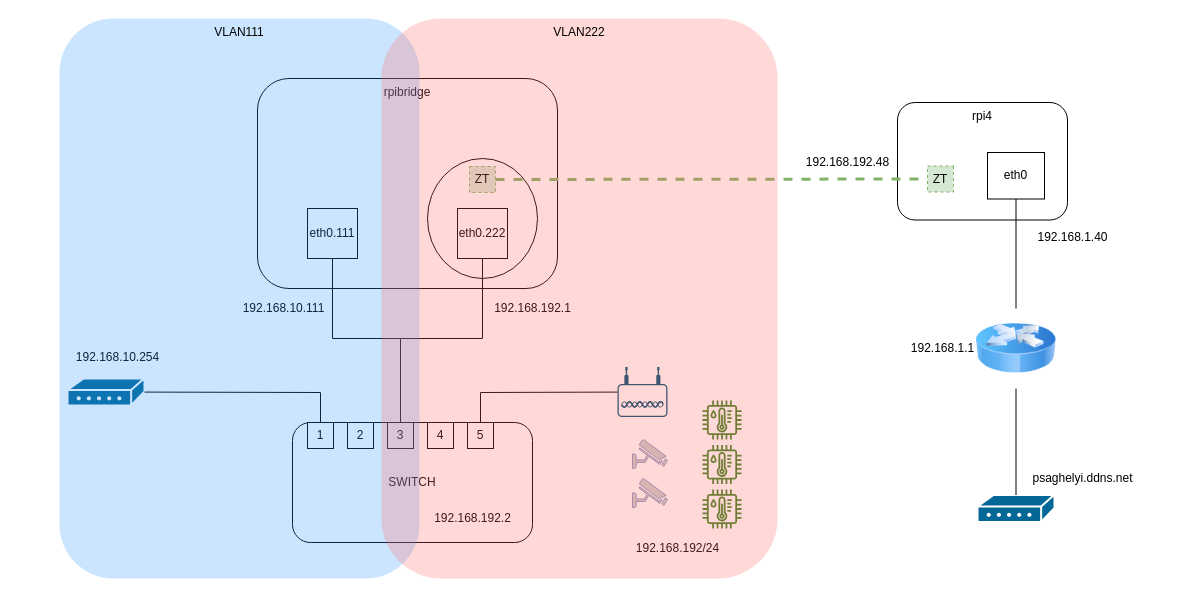
The draw.io diagram rpibridge/smartcottage-network.drawio in psaghelyi/smartcottage, before the edit. Source tidied: cells renumbered, new cells numbered last; positions are measured from the earlier drawing's top-left corner, leaving out a move shared by most shapes. Both pictures are drawn from the tidied source at 100%, with x=0, y=0 at pixel (59, 18).
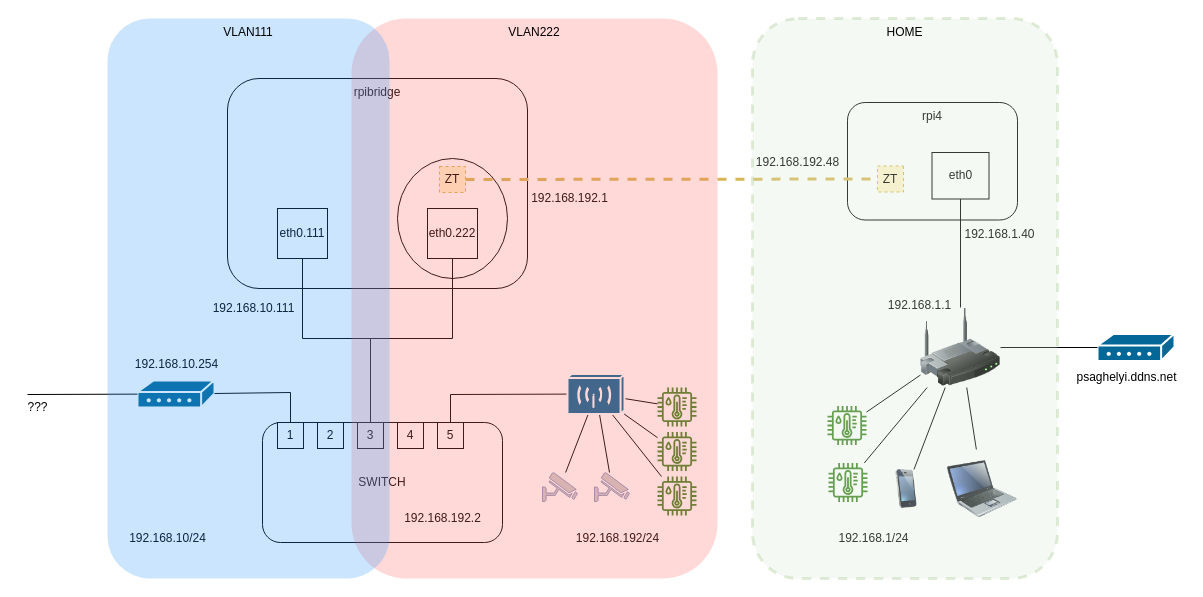
Above is the later version.

Commit message (it also covers changes not shown here):
network diagram updated

Change to the diagram source:
```diff
@@
     <mxCell id="2" value="SWITCH" style="rounded=1;whiteSpace=wrap;html=1;" parent="1" vertex="1">
-      <mxGeometry x="233" y="404" width="240" height="120" as="geometry" />
+      <mxGeometry x="203" y="404" width="240" height="120" as="geometry" />
     </mxCell>
     <mxCell id="3" value="1" style="whiteSpace=wrap;html=1;" parent="1" vertex="1">
-      <mxGeometry x="248" y="404" width="26" height="26" as="geometry" />
+      <mxGeometry x="218" y="404" width="26" height="26" as="geometry" />
     </mxCell>
     <mxCell id="4" value="2" style="whiteSpace=wrap;html=1;" parent="1" vertex="1">
-      <mxGeometry x="288" y="404" width="26" height="26" as="geometry" />
+      <mxGeometry x="258" y="404" width="26" height="26" as="geometry" />
     </mxCell>
     <mxCell id="5" value="3" style="whiteSpace=wrap;html=1;" parent="1" vertex="1">
-      <mxGeometry x="328" y="404" width="26" height="26" as="geometry" />
+      <mxGeometry x="298" y="404" width="26" height="26" as="geometry" />
     </mxCell>
     <mxCell id="6" value="4" style="whiteSpace=wrap;html=1;" parent="1" vertex="1">
-      <mxGeometry x="368" y="404" width="26" height="26" as="geometry" />
+      <mxGeometry x="338" y="404" width="26" height="26" as="geometry" />
     </mxCell>
     <mxCell id="7" value="5" style="whiteSpace=wrap;html=1;" parent="1" vertex="1">
-      <mxGeometry x="408" y="404" width="26" height="26" as="geometry" />
+      <mxGeometry x="378" y="404" width="26" height="26" as="geometry" />
     </mxCell>
     <mxCell id="8" value="rpibridge" style="rounded=1;whiteSpace=wrap;html=1;verticalAlign=top;" parent="1" vertex="1">
-      <mxGeometry x="198" y="60" width="300" height="210" as="geometry" />
+      <mxGeometry x="168" y="60" width="300" height="210" as="geometry" />
     </mxCell>
     <mxCell id="9" value="eth0.111" style="whiteSpace=wrap;html=1;" parent="1" vertex="1">
-      <mxGeometry x="248" y="190" width="50" height="50" as="geometry" />
+      <mxGeometry x="218" y="190" width="50" height="50" as="geometry" />
     </mxCell>
     <mxCell id="10" style="endArrow=none;html=1;rounded=0;" parent="1" edge="1" source="5" target="9">
       <mxGeometry relative="1" as="geometry">
         <Array as="points">
-          <mxPoint x="341" y="320" />
-          <mxPoint x="273" y="320" />
+          <mxPoint x="311" y="320" />
+          <mxPoint x="243" y="320" />
         </Array>
       </mxGeometry>
     </mxCell>
     <mxCell id="11" value="192.168.192.1" style="text;html=1;align=center;verticalAlign=middle;strokeColor=none;fillColor=none;" parent="1" vertex="1">
-      <mxGeometry x="428" y="280" width="90" height="20" as="geometry" />
+      <mxGeometry x="465" y="170" width="90" height="20" as="geometry" />
     </mxCell>
     <mxCell id="12" value="192.168.192.2" style="text;html=1;align=center;verticalAlign=middle;strokeColor=none;fillColor=none;" parent="1" vertex="1">
-      <mxGeometry x="368" y="490" width="90" height="20" as="geometry" />
+      <mxGeometry x="338" y="490" width="90" height="20" as="geometry" />
     </mxCell>
     <mxCell id="13" style="shape=mxgraph.cisco.modems_and_phones.modem;html=1;dashed=0;fillColor=#036897;strokeColor=#ffffff;strokeWidth=2;verticalLabelPosition=bottom;verticalAlign=top;align=center;outlineConnect=0;" parent="1" vertex="1">
-      <mxGeometry x="8" y="360" width="77" height="27" as="geometry" />
+      <mxGeometry x="78" y="362" width="77" height="27" as="geometry" />
     </mxCell>
     <mxCell id="14" style="endArrow=none;html=1;rounded=0;" parent="1" edge="1" source="13" target="3">
       <mxGeometry relative="1" as="geometry">
         <Array as="points">
-          <mxPoint x="261" y="374" />
+          <mxPoint x="231" y="374" />
         </Array>
       </mxGeometry>
     </mxCell>
-    <mxCell id="15" style="points=[[0.03,0.36,0],[0.18,0,0],[0.5,0.34,0],[0.82,0,0],[0.97,0.36,0],[1,0.67,0],[0.975,0.975,0],[0.5,1,0],[0.025,0.975,0],[0,0.67,0]];verticalLabelPosition=bottom;sketch=0;html=1;verticalAlign=top;align=center;shape=mxgraph.cisco19.wireless_access_point;fillColor=#005073;strokeColor=none;" parent="1" vertex="1">
-      <mxGeometry x="558" y="348.5" width="50" height="50" as="geometry" />
-    </mxCell>
-    <mxCell id="16" style="endArrow=none;html=1;rounded=0;" parent="1" edge="1" source="7" target="15">
+    <mxCell id="16" style="endArrow=none;html=1;rounded=0;" parent="1" edge="1" source="7" target="58">
       <mxGeometry relative="1" as="geometry">
         <Array as="points">
-          <mxPoint x="421" y="374" />
+          <mxPoint x="391" y="376" />
         </Array>
       </mxGeometry>
     </mxCell>
     <mxCell id="17" value="192.168.10.254" style="text;html=1;align=center;verticalAlign=middle;strokeColor=none;fillColor=none;" parent="1" vertex="1">
-      <mxGeometry x="8" y="328.5" width="100" height="20" as="geometry" />
+      <mxGeometry x="66.5" y="335.5" width="100" height="20" as="geometry" />
     </mxCell>
     <mxCell id="18" style="ellipse;whiteSpace=wrap;html=1;" parent="1" vertex="1">
-      <mxGeometry x="368" y="140" width="110" height="120" as="geometry" />
+      <mxGeometry x="338" y="140" width="110" height="120" as="geometry" />
     </mxCell>
     <mxCell id="19" value="eth0.222" style="whiteSpace=wrap;html=1;" parent="1" vertex="1">
-      <mxGeometry x="398" y="190" width="50" height="50" as="geometry" />
+      <mxGeometry x="368" y="190" width="50" height="50" as="geometry" />
     </mxCell>
-    <mxCell id="20" value="ZT" style="whiteSpace=wrap;html=1;dashed=1;fillColor=#d5e8d4;strokeColor=#82b366;" parent="1" vertex="1">
-      <mxGeometry x="410" y="148" width="26" height="26" as="geometry" />
+    <mxCell id="20" value="ZT" style="whiteSpace=wrap;html=1;dashed=1;fillColor=#fff2cc;strokeColor=#d6b656;" parent="1" vertex="1">
+      <mxGeometry x="380" y="148" width="26" height="26" as="geometry" />
     </mxCell>
     <mxCell id="21" style="endArrow=none;html=1;rounded=0;" parent="1" edge="1" source="5" target="19">
       <mxGeometry relative="1" as="geometry">
         <Array as="points">
-          <mxPoint x="341" y="320" />
-          <mxPoint x="423" y="320" />
+          <mxPoint x="311" y="320" />
+          <mxPoint x="393" y="320" />
         </Array>
       </mxGeometry>
     </mxCell>
     <mxCell id="22" value="192.168.10.111" style="text;html=1;align=center;verticalAlign=middle;strokeColor=none;fillColor=none;" parent="1" vertex="1">
-      <mxGeometry x="174" y="280" width="100" height="20" as="geometry" />
+      <mxGeometry x="144" y="280" width="100" height="20" as="geometry" />
     </mxCell>
     <mxCell id="23" style="shape=mxgraph.cisco.modems_and_phones.modem;html=1;dashed=0;fillColor=#036897;strokeColor=#ffffff;strokeWidth=2;verticalLabelPosition=bottom;verticalAlign=top;align=center;outlineConnect=0;" parent="1" vertex="1">
-      <mxGeometry x="918" y="476.5" width="77" height="27" as="geometry" />
+      <mxGeometry x="1038" y="315.5" width="77" height="27" as="geometry" />
     </mxCell>
-    <mxCell id="24" value="VLAN111" style="rounded=1;whiteSpace=wrap;html=1;dashed=1;strokeColor=none;strokeWidth=3;fillColor=#3399FF;verticalAlign=top;align=center;opacity=25;" parent="1" vertex="1">
-      <mxGeometry width="360" height="560" as="geometry" />
-    </mxCell>
     <mxCell id="25" value="rpi4" style="rounded=1;whiteSpace=wrap;html=1;verticalAlign=top;" parent="1" vertex="1">
-      <mxGeometry x="838" y="84" width="170" height="117.5" as="geometry" />
+      <mxGeometry x="788" y="84" width="170" height="117.5" as="geometry" />
     </mxCell>
     <mxCell id="26" value="eth0" style="rounded=0;whiteSpace=wrap;html=1;" parent="1" vertex="1">
-      <mxGeometry x="928" y="134" width="57" height="46.5" as="geometry" />
+      <mxGeometry x="872.5" y="134" width="57" height="46.5" as="geometry" />
     </mxCell>
-    <mxCell id="27" value="ZT" style="whiteSpace=wrap;html=1;dashed=1;direction=south;fillColor=#d5e8d4;strokeColor=#82b366;" parent="1" vertex="1">
-      <mxGeometry x="868" y="147.5" width="26" height="26" as="geometry" />
+    <mxCell id="27" value="ZT" style="whiteSpace=wrap;html=1;dashed=1;direction=south;fillColor=#fff2cc;strokeColor=#d6b656;" parent="1" vertex="1">
+      <mxGeometry x="818" y="147.5" width="26" height="26" as="geometry" />
     </mxCell>
-    <mxCell id="28" style="endArrow=none;html=1;rounded=0;" parent="1" edge="1" source="30" target="26">
+    <mxCell id="28" style="endArrow=none;html=1;rounded=0;" parent="1" edge="1" source="57" target="26">
       <mxGeometry relative="1" as="geometry" />
     </mxCell>
-    <mxCell id="29" style="endArrow=none;html=1;rounded=0;" parent="1" edge="1" source="23" target="30">
+    <mxCell id="29" style="endArrow=none;html=1;rounded=0;" parent="1" edge="1" source="23" target="57">
       <mxGeometry relative="1" as="geometry" />
     </mxCell>
-    <mxCell id="30" style="image;html=1;image=img/lib/clip_art/networking/Router_Icon_128x128.png;dashed=1;" parent="1" vertex="1">
-      <mxGeometry x="916.5" y="290" width="80" height="80" as="geometry" />
-    </mxCell>
     <mxCell id="31" value="192.168.1.40" style="text;html=1;align=center;verticalAlign=middle;strokeColor=none;fillColor=none;" parent="1" vertex="1">
-      <mxGeometry x="968" y="209" width="90" height="20" as="geometry" />
+      <mxGeometry x="895" y="206" width="90" height="20" as="geometry" />
     </mxCell>
     <mxCell id="32" value="192.168.1.1" style="text;html=1;align=center;verticalAlign=middle;strokeColor=none;fillColor=none;" parent="1" vertex="1">
-      <mxGeometry x="842.5" y="320" width="80" height="20" as="geometry" />
+      <mxGeometry x="820" y="277" width="80" height="20" as="geometry" />
     </mxCell>
     <mxCell id="33" value="psaghelyi.ddns.net" style="text;html=1;align=center;verticalAlign=middle;strokeColor=none;fillColor=none;" parent="1" vertex="1">
-      <mxGeometry x="963" y="450" width="120" height="20" as="geometry" />
+      <mxGeometry x="1007" y="349" width="120" height="20" as="geometry" />
     </mxCell>
-    <mxCell id="34" style="endArrow=none;html=1;rounded=0;dashed=1;strokeWidth=3;fillColor=#d5e8d4;strokeColor=#82b366;" parent="1" edge="1" source="20" target="27">
+    <mxCell id="34" style="endArrow=none;html=1;rounded=0;dashed=1;strokeWidth=3;fillColor=#fff2cc;strokeColor=#d6b656;" parent="1" edge="1" source="20" target="27">
       <mxGeometry relative="1" as="geometry" />
     </mxCell>
     <mxCell id="35" style="sketch=0;outlineConnect=0;fontColor=#232F3E;gradientColor=none;fillColor=#3F8624;strokeColor=none;dashed=0;verticalLabelPosition=bottom;verticalAlign=top;align=center;html=1;fontSize=12;fontStyle=0;shape=mxgraph.aws4.iot_thing_temperature_humidity_sensor;" parent="1" vertex="1">
-      <mxGeometry x="643" y="382" width="39" height="39" as="geometry" />
+      <mxGeometry x="598" y="369" width="39" height="39" as="geometry" />
     </mxCell>
     <mxCell id="36" style="sketch=0;outlineConnect=0;fontColor=#232F3E;gradientColor=none;fillColor=#3F8624;strokeColor=none;dashed=0;verticalLabelPosition=bottom;verticalAlign=top;align=center;html=1;fontSize=12;fontStyle=0;shape=mxgraph.aws4.iot_thing_temperature_humidity_sensor;" parent="1" vertex="1">
-      <mxGeometry x="643" y="426.5" width="39" height="39" as="geometry" />
+      <mxGeometry x="598" y="413.5" width="39" height="39" as="geometry" />
     </mxCell>
     <mxCell id="37" style="sketch=0;outlineConnect=0;fontColor=#232F3E;gradientColor=none;fillColor=#3F8624;strokeColor=none;dashed=0;verticalLabelPosition=bottom;verticalAlign=top;align=center;html=1;fontSize=12;fontStyle=0;shape=mxgraph.aws4.iot_thing_temperature_humidity_sensor;" parent="1" vertex="1">
-      <mxGeometry x="643" y="471" width="39" height="39" as="geometry" />
+      <mxGeometry x="598" y="458" width="39" height="39" as="geometry" />
     </mxCell>
     <mxCell id="38" style="fontColor=#0066CC;verticalAlign=top;verticalLabelPosition=bottom;labelPosition=center;align=center;html=1;outlineConnect=0;fillColor=#CCCCCC;strokeColor=#6881B3;gradientColor=none;gradientDirection=north;strokeWidth=2;shape=mxgraph.networks.security_camera;" parent="1" vertex="1">
-      <mxGeometry x="573" y="421" width="35" height="29" as="geometry" />
+      <mxGeometry x="535" y="454" width="35" height="29" as="geometry" />
     </mxCell>
-    <mxCell id="39" style="fontColor=#0066CC;verticalAlign=top;verticalLabelPosition=bottom;labelPosition=center;align=center;html=1;outlineConnect=0;fillColor=#CCCCCC;strokeColor=#6881B3;gradientColor=none;gradientDirection=north;strokeWidth=2;shape=mxgraph.networks.security_camera;" parent="1" vertex="1">
-      <mxGeometry x="573" y="460" width="35" height="29" as="geometry" />
+    <mxCell id="39" style="fontColor=#0066CC;verticalAlign=top;verticalLabelPosition=bottom;labelPosition=center;align=center;html=1;outlineConnect=0;fillColor=#CCCCCC;strokeColor=#6881B3;gradientColor=none;gradientDirection=north;strokeWidth=2;shape=mxgraph.networks.security_camera;direction=west;rotation=-180;" parent="1" vertex="1">
+      <mxGeometry x="483" y="454" width="35" height="29" as="geometry" />
     </mxCell>
     <mxCell id="40" value="192.168.192/24" style="text;html=1;align=center;verticalAlign=middle;strokeColor=none;fillColor=none;" parent="1" vertex="1">
-      <mxGeometry x="568" y="520" width="100" height="20" as="geometry" />
+      <mxGeometry x="508" y="510" width="100" height="20" as="geometry" />
     </mxCell>
     <mxCell id="41" value="192.168.192.48" style="text;html=1;align=center;verticalAlign=middle;strokeColor=none;fillColor=none;" parent="1" vertex="1">
-      <mxGeometry x="738" y="134" width="100" height="20" as="geometry" />
+      <mxGeometry x="688" y="134" width="100" height="20" as="geometry" />
     </mxCell>
+    <mxCell id="43" style="sketch=0;outlineConnect=0;fontColor=#232F3E;gradientColor=none;fillColor=#3F8624;strokeColor=none;dashed=0;verticalLabelPosition=bottom;verticalAlign=top;align=center;html=1;fontSize=12;fontStyle=0;shape=mxgraph.aws4.iot_thing_temperature_humidity_sensor;" parent="1" vertex="1">
+      <mxGeometry x="769" y="444.5" width="39" height="39" as="geometry" />
+    </mxCell>
+    <mxCell id="44" style="sketch=0;outlineConnect=0;fontColor=#232F3E;gradientColor=none;fillColor=#3F8624;strokeColor=none;dashed=0;verticalLabelPosition=bottom;verticalAlign=top;align=center;html=1;fontSize=12;fontStyle=0;shape=mxgraph.aws4.iot_thing_temperature_humidity_sensor;" parent="1" vertex="1">
+      <mxGeometry x="768" y="387.5" width="39" height="39" as="geometry" />
+    </mxCell>
+    <mxCell id="45" style="endArrow=none;html=1;rounded=0;" parent="1" edge="1" source="57" target="44">
+      <mxGeometry relative="1" as="geometry" />
+    </mxCell>
+    <mxCell id="46" style="endArrow=none;html=1;rounded=0;" parent="1" edge="1" source="57" target="43">
+      <mxGeometry relative="1" as="geometry" />
+    </mxCell>
+    <mxCell id="47" value="192.168.1/24" style="text;html=1;align=center;verticalAlign=middle;strokeColor=none;fillColor=none;" parent="1" vertex="1">
+      <mxGeometry x="769" y="510" width="90" height="20" as="geometry" />
+    </mxCell>
+    <mxCell id="48" style="endArrow=none;html=1;rounded=0;" parent="1" edge="1" source="58" target="37">
+      <mxGeometry relative="1" as="geometry" />
+    </mxCell>
+    <mxCell id="49" style="endArrow=none;html=1;rounded=0;" parent="1" edge="1" source="58" target="36">
+      <mxGeometry relative="1" as="geometry" />
+    </mxCell>
+    <mxCell id="50" style="endArrow=none;html=1;rounded=0;" parent="1" edge="1" source="58" target="35">
+      <mxGeometry relative="1" as="geometry" />
+    </mxCell>
+    <mxCell id="51" style="endArrow=none;html=1;rounded=0;" parent="1" edge="1" source="58" target="38">
+      <mxGeometry relative="1" as="geometry" />
+    </mxCell>
+    <mxCell id="52" style="endArrow=none;html=1;rounded=0;" parent="1" edge="1" source="58" target="39">
+      <mxGeometry relative="1" as="geometry" />
+    </mxCell>
+    <mxCell id="53" style="image;html=1;image=img/lib/clip_art/computers/Laptop_128x128.png;" parent="1" vertex="1">
+      <mxGeometry x="888" y="431" width="70" height="79" as="geometry" />
+    </mxCell>
+    <mxCell id="54" style="image;html=1;image=img/lib/clip_art/telecommunication/iPhone_128x128.png;" parent="1" vertex="1">
+      <mxGeometry x="827" y="451" width="40" height="39" as="geometry" />
+    </mxCell>
+    <mxCell id="55" style="endArrow=none;html=1;rounded=0;" parent="1" edge="1" source="57" target="54">
+      <mxGeometry relative="1" as="geometry" />
+    </mxCell>
+    <mxCell id="56" style="endArrow=none;html=1;rounded=0;" parent="1" edge="1" source="57" target="53">
+      <mxGeometry relative="1" as="geometry" />
+    </mxCell>
+    <mxCell id="57" style="image;html=1;image=img/lib/clip_art/networking/Wireless_Router_128x128.png;" parent="1" vertex="1">
+      <mxGeometry x="861" y="289" width="80" height="80" as="geometry" />
+    </mxCell>
+    <mxCell id="58" style="shape=mxgraph.cisco.wireless.wireless_transport;html=1;dashed=0;fillColor=#036897;strokeColor=#ffffff;strokeWidth=2;verticalLabelPosition=bottom;verticalAlign=top;align=center;outlineConnect=0;" parent="1" vertex="1">
+      <mxGeometry x="508" y="355.5" width="57" height="40" as="geometry" />
+    </mxCell>
+    <mxCell id="59" value="192.168.10/24" style="text;html=1;align=center;verticalAlign=middle;strokeColor=none;fillColor=none;" parent="1" vertex="1">
+      <mxGeometry x="63" y="510" width="90" height="20" as="geometry" />
+    </mxCell>
     <mxCell id="42" value="VLAN222" style="rounded=1;whiteSpace=wrap;html=1;dashed=1;strokeColor=none;strokeWidth=3;fillColor=#FF6666;verticalAlign=top;align=center;opacity=25;" parent="1" vertex="1">
-      <mxGeometry x="322" width="396" height="560" as="geometry" />
+      <mxGeometry x="292" width="366" height="560" as="geometry" />
     </mxCell>
+    <mxCell id="60" value="HOME" style="rounded=1;whiteSpace=wrap;html=1;dashed=1;strokeColor=#82b366;strokeWidth=3;fillColor=#d5e8d4;verticalAlign=top;align=center;opacity=25;" parent="1" vertex="1">
+      <mxGeometry x="693" width="305" height="560" as="geometry" />
+    </mxCell>
+    <mxCell id="61" style="endArrow=none;html=1;rounded=0;" parent="1" edge="1" target="13">
+      <mxGeometry relative="1" as="geometry">
+        <mxPoint x="-32" y="376" as="sourcePoint" />
+      </mxGeometry>
+    </mxCell>
+    <mxCell id="62" value="???" style="text;html=1;align=center;verticalAlign=middle;strokeColor=none;fillColor=none;" parent="1" vertex="1">
+      <mxGeometry x="-42" y="378.5" width="40" height="20" as="geometry" />
+    </mxCell>
+    <mxCell id="24" value="VLAN111" style="rounded=1;whiteSpace=wrap;html=1;dashed=1;strokeColor=none;strokeWidth=3;fillColor=#3399FF;verticalAlign=top;align=center;opacity=25;" parent="1" vertex="1">
+      <mxGeometry x="48" width="282" height="560" as="geometry" />
+    </mxCell>
```
